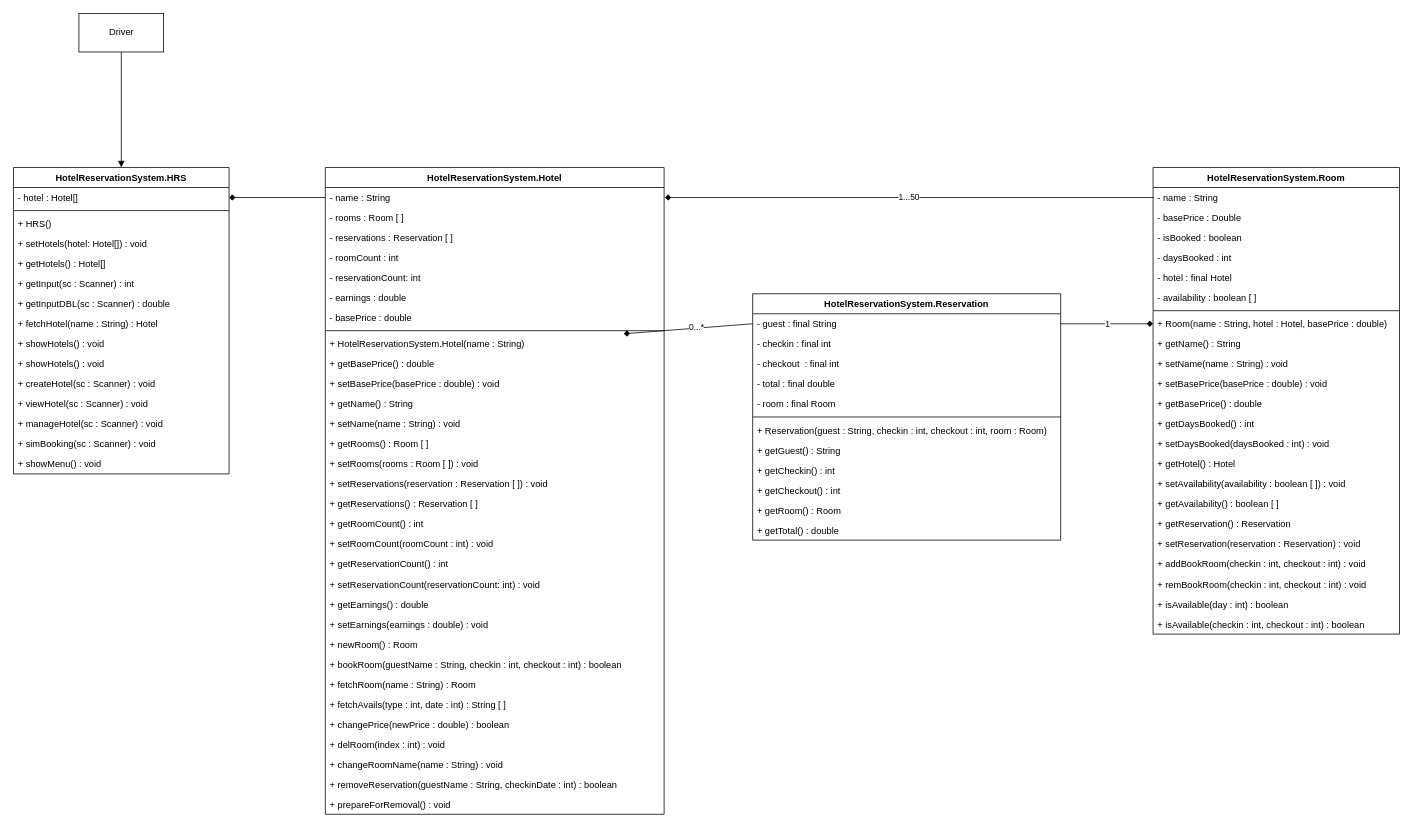
This is res/UML.drawio from zrygan/CCPROG3-MCOs, a draw.io file, before an edit. Source tidied: cells renumbered, new cells numbered last; positions are measured from the earlier drawing's top-left corner, leaving out a move shared by most shapes. Both pictures are drawn from the tidied source at 77%, with x=0, y=0 at pixel (13, 13).
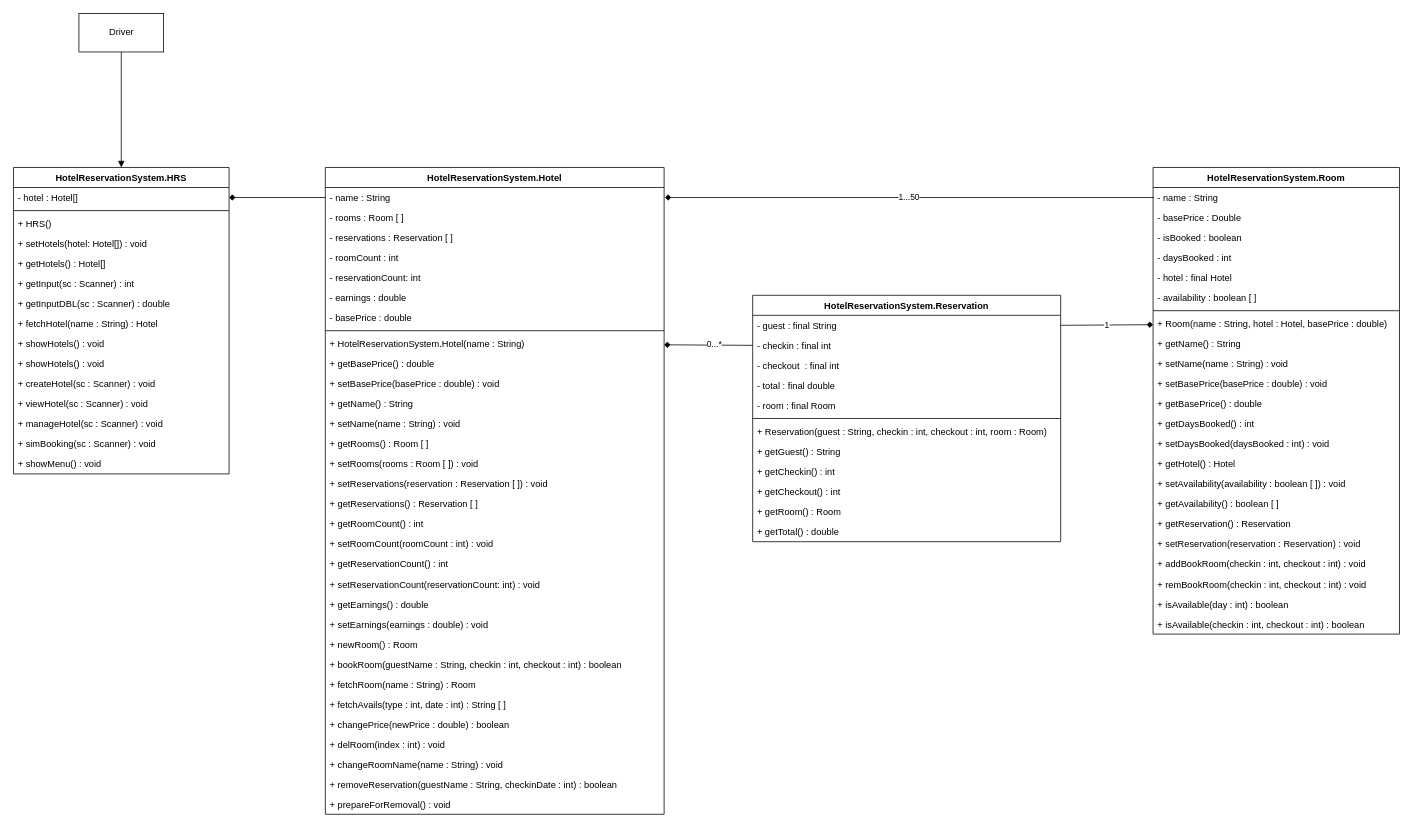
After the change.

The change refers to these unchanged cells:
```xml
<mxCell id="11" value="+ HotelReservationSystem.Hotel(name : String)" style="text;strokeColor=none;fillColor=none;align=left;verticalAlign=top;spacingLeft=4;spacingRight=4;overflow=hidden;points=[[0,0.5],[1,0.5]];portConstraint=eastwest;" parent="2" vertex="1">
  <mxGeometry y="216" width="440" height="26" as="geometry" />
</mxCell>
<mxCell id="60" value="- guest : final String" style="text;strokeColor=none;fillColor=none;align=left;verticalAlign=top;spacingLeft=4;spacingRight=4;overflow=hidden;points=[[0,0.5],[1,0.5]];portConstraint=eastwest;" parent="59" vertex="1">
  <mxGeometry y="26" width="400" height="26" as="geometry" />
</mxCell>
<mxCell id="61" value="- checkin : final int" style="text;strokeColor=none;fillColor=none;align=left;verticalAlign=top;spacingLeft=4;spacingRight=4;overflow=hidden;points=[[0,0.5],[1,0.5]];portConstraint=eastwest;" parent="59" vertex="1">
  <mxGeometry y="52" width="400" height="26" as="geometry" />
</mxCell>
```

Change to the diagram source:
```diff
@@
     <mxCell id="59" value="HotelReservationSystem.Reservation" style="swimlane;fontStyle=1;align=center;verticalAlign=top;horizontal=1;startSize=26;" parent="1" vertex="1">
-      <mxGeometry x="960" y="364" width="400" height="320" as="geometry" />
+      <mxGeometry x="960" y="366" width="400" height="320" as="geometry" />
     </mxCell>
@@
-    <mxCell id="92" style="edgeStyle=none;html=1;exitX=0;exitY=0.5;exitDx=0;exitDy=0;endArrow=diamond;endFill=1;" parent="1" edge="1" source="60" target="11">
+    <mxCell id="92" style="edgeStyle=none;html=1;exitX=0;exitY=0.5;exitDx=0;exitDy=0;endArrow=diamond;endFill=1;" parent="1" edge="1" source="61" target="11">
       <mxGeometry relative="1" as="geometry" />
     </mxCell>
```
